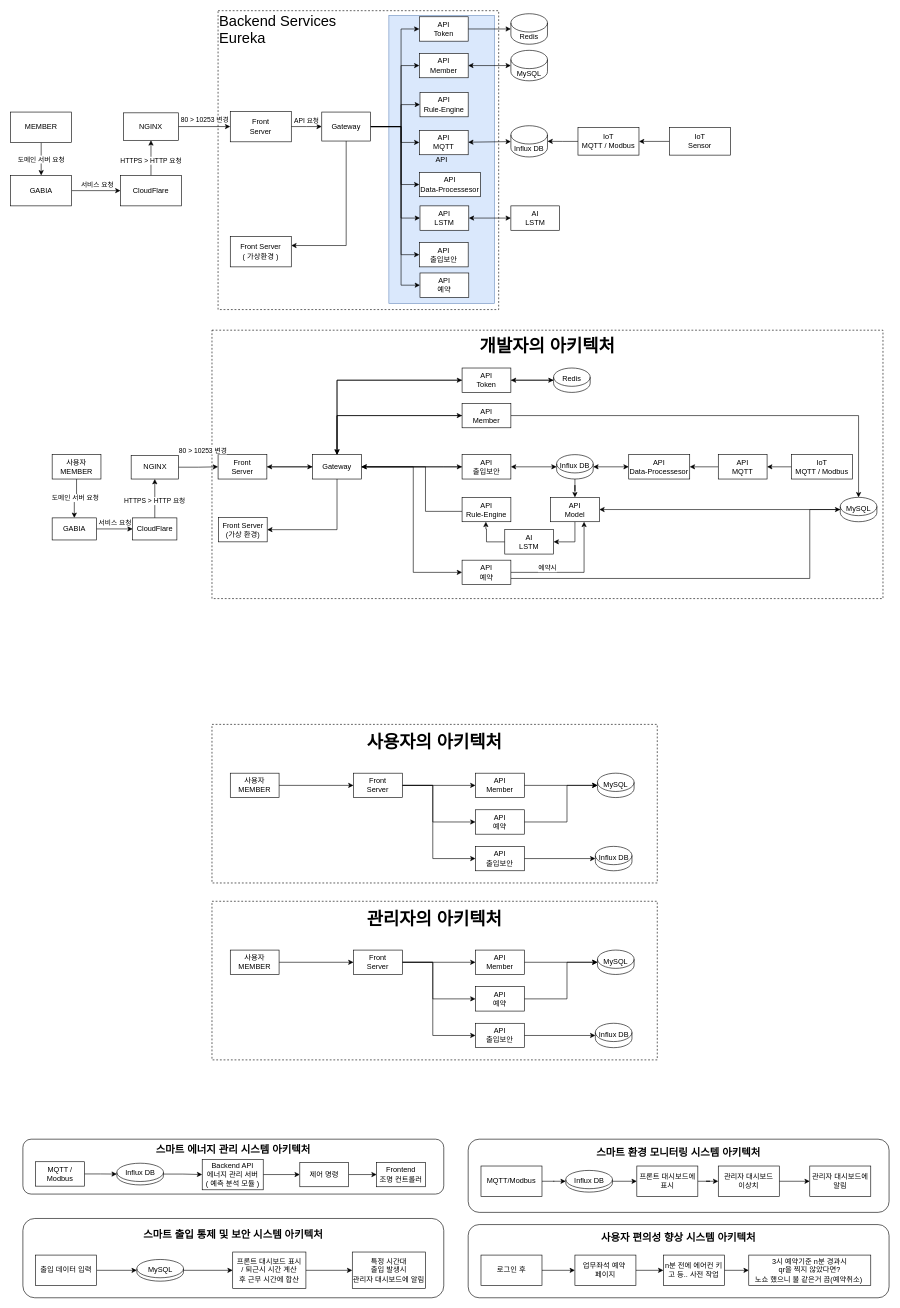
This is team2-pangyo-coffee-legends.drawio.xml from nhnacademy-aiot2-pangyo-coffee-legends/drawio, a draw.io file, before an edit. Source tidied: cells renumbered, new cells numbered last; positions are measured from the earlier drawing's top-left corner, leaving out a move shared by most shapes. Both pictures are drawn from the tidied source at 61%, with x=0, y=0 at pixel (10, 10).
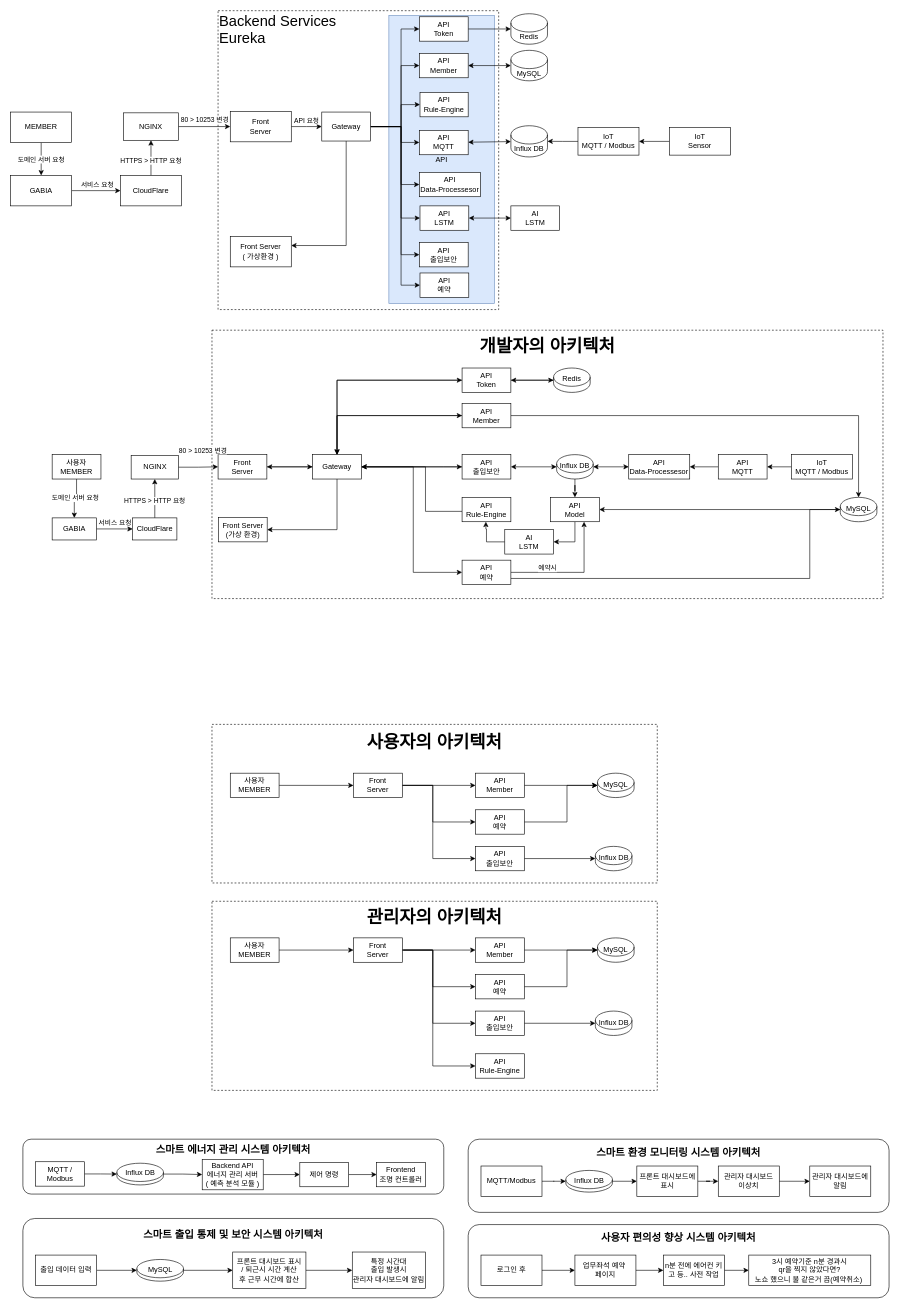
The same page after the edit.

Change to the diagram source:
```diff
@@
-    <mxCell id="155" value="&lt;div style=&quot;&quot;&gt;&lt;b&gt;&lt;font style=&quot;font-size: 29px;&quot;&gt;관리자의 아키텍처&lt;/font&gt;&lt;/b&gt;&lt;/div&gt;&lt;div style=&quot;&quot;&gt;&lt;br&gt;&lt;/div&gt;&lt;div style=&quot;&quot;&gt;&lt;br&gt;&lt;/div&gt;&lt;div style=&quot;&quot;&gt;&lt;br&gt;&lt;/div&gt;&lt;div style=&quot;&quot;&gt;&lt;br&gt;&lt;/div&gt;&lt;div style=&quot;&quot;&gt;&lt;br&gt;&lt;/div&gt;&lt;div style=&quot;&quot;&gt;&lt;br&gt;&lt;/div&gt;&lt;div style=&quot;&quot;&gt;&lt;br&gt;&lt;/div&gt;&lt;div style=&quot;&quot;&gt;&lt;br&gt;&lt;/div&gt;&lt;div style=&quot;&quot;&gt;&lt;br&gt;&lt;/div&gt;&lt;div style=&quot;&quot;&gt;&lt;br&gt;&lt;/div&gt;&lt;div style=&quot;&quot;&gt;&lt;br&gt;&lt;/div&gt;&lt;div style=&quot;&quot;&gt;&lt;br&gt;&lt;/div&gt;&lt;div style=&quot;&quot;&gt;&lt;br&gt;&lt;/div&gt;&lt;div style=&quot;&quot;&gt;&lt;br&gt;&lt;/div&gt;" style="rounded=0;whiteSpace=wrap;html=1;align=center;dashed=1;" parent="1" vertex="1">
-      <mxGeometry x="330" y="1460" width="730" height="260" as="geometry" />
+    <mxCell id="155" value="&lt;div style=&quot;&quot;&gt;&lt;b&gt;&lt;font style=&quot;font-size: 29px;&quot;&gt;관리자의 아키텍처&lt;/font&gt;&lt;/b&gt;&lt;/div&gt;&lt;div style=&quot;&quot;&gt;&lt;br&gt;&lt;/div&gt;&lt;div style=&quot;&quot;&gt;&lt;br&gt;&lt;/div&gt;&lt;div style=&quot;&quot;&gt;&lt;br&gt;&lt;/div&gt;&lt;div style=&quot;&quot;&gt;&lt;br&gt;&lt;/div&gt;&lt;div style=&quot;&quot;&gt;&lt;br&gt;&lt;/div&gt;&lt;div style=&quot;&quot;&gt;&lt;br&gt;&lt;/div&gt;&lt;div style=&quot;&quot;&gt;&lt;br&gt;&lt;/div&gt;&lt;div style=&quot;&quot;&gt;&lt;br&gt;&lt;/div&gt;&lt;div style=&quot;&quot;&gt;&lt;br&gt;&lt;/div&gt;&lt;div style=&quot;&quot;&gt;&lt;br&gt;&lt;/div&gt;&lt;div style=&quot;&quot;&gt;&lt;br&gt;&lt;/div&gt;&lt;div style=&quot;&quot;&gt;&lt;br&gt;&lt;/div&gt;&lt;div style=&quot;&quot;&gt;&lt;br&gt;&lt;/div&gt;&lt;div style=&quot;&quot;&gt;&lt;br&gt;&lt;/div&gt;&lt;div style=&quot;&quot;&gt;&lt;br&gt;&lt;/div&gt;&lt;div style=&quot;&quot;&gt;&lt;br&gt;&lt;/div&gt;&lt;div style=&quot;&quot;&gt;&lt;br&gt;&lt;/div&gt;&lt;div style=&quot;&quot;&gt;&lt;br&gt;&lt;/div&gt;" style="rounded=0;whiteSpace=wrap;html=1;align=center;dashed=1;" parent="1" vertex="1">
+      <mxGeometry x="330" y="1460" width="730" height="310" as="geometry" />
     </mxCell>
@@
     <mxCell id="157" value="사용자&lt;div&gt;MEMBER&lt;/div&gt;" style="rounded=0;whiteSpace=wrap;html=1;" parent="1" vertex="1">
-      <mxGeometry x="360" y="1540" width="80" height="40" as="geometry" />
+      <mxGeometry x="360" y="1520" width="80" height="40" as="geometry" />
     </mxCell>
@@
     <mxCell id="159" style="edgeStyle=orthogonalEdgeStyle;rounded=0;jettySize=auto;html=1;" parent="1" edge="1" source="161" target="163">
       <mxGeometry relative="1" as="geometry">
         <Array as="points">
-          <mxPoint x="692" y="1560" />
-          <mxPoint x="692" y="1620" />
+          <mxPoint x="692" y="1540" />
+          <mxPoint x="692" y="1600" />
         </Array>
       </mxGeometry>
     </mxCell>
     <mxCell id="160" style="edgeStyle=orthogonalEdgeStyle;rounded=0;jettySize=auto;html=1;" parent="1" edge="1" source="161" target="165">
       <mxGeometry relative="1" as="geometry">
         <Array as="points">
-          <mxPoint x="692" y="1560" />
-          <mxPoint x="692" y="1680" />
+          <mxPoint x="692" y="1540" />
+          <mxPoint x="692" y="1660" />
         </Array>
       </mxGeometry>
     </mxCell>
+    <mxCell id="170" style="edgeStyle=orthogonalEdgeStyle;rounded=0;jettySize=auto;html=1;" parent="1" edge="1" target="171">
+      <mxGeometry relative="1" as="geometry">
+        <mxPoint x="644" y="1540" as="sourcePoint" />
+        <Array as="points">
+          <mxPoint x="692" y="1540" />
+          <mxPoint x="692" y="1730" />
+        </Array>
+      </mxGeometry>
+    </mxCell>
     <mxCell id="161" value="Front&lt;br&gt;Server" style="rounded=0;whiteSpace=wrap;html=1;" parent="1" vertex="1">
-      <mxGeometry x="562" y="1540" width="80" height="40" as="geometry" />
+      <mxGeometry x="562" y="1520" width="80" height="40" as="geometry" />
     </mxCell>
     <mxCell id="162" style="edgeStyle=orthogonalEdgeStyle;rounded=0;jettySize=auto;html=1;" parent="1" edge="1" source="163" target="168">
       <mxGeometry relative="1" as="geometry">
         <Array as="points">
-          <mxPoint x="912" y="1620" />
-          <mxPoint x="912" y="1560" />
+          <mxPoint x="912" y="1600" />
+          <mxPoint x="912" y="1540" />
         </Array>
       </mxGeometry>
     </mxCell>
     <mxCell id="163" value="API&lt;div&gt;예약&lt;/div&gt;" style="rounded=0;whiteSpace=wrap;html=1;" parent="1" vertex="1">
-      <mxGeometry x="762" y="1600" width="80" height="40" as="geometry" />
+      <mxGeometry x="762" y="1580" width="80" height="40" as="geometry" />
     </mxCell>
@@
     <mxCell id="165" value="&lt;div&gt;API&lt;/div&gt;출입보안" style="rounded=0;whiteSpace=wrap;html=1;" parent="1" vertex="1">
-      <mxGeometry x="762" y="1660" width="80" height="40" as="geometry" />
+      <mxGeometry x="762" y="1640" width="80" height="40" as="geometry" />
     </mxCell>
@@
     <mxCell id="167" value="&lt;div&gt;API&lt;/div&gt;Member" style="rounded=0;whiteSpace=wrap;html=1;" parent="1" vertex="1">
-      <mxGeometry x="762" y="1540" width="80" height="40" as="geometry" />
+      <mxGeometry x="762" y="1520" width="80" height="40" as="geometry" />
     </mxCell>
     <mxCell id="168" value="MySQL&lt;br&gt;&lt;div&gt;&lt;span style=&quot;background-color: transparent; color: light-dark(rgb(0, 0, 0), rgb(255, 255, 255));&quot;&gt;&lt;br&gt;&lt;/span&gt;&lt;/div&gt;&lt;div&gt;&lt;span style=&quot;background-color: transparent; color: light-dark(rgb(0, 0, 0), rgb(255, 255, 255));&quot;&gt;&lt;br&gt;&lt;/span&gt;&lt;/div&gt;" style="shape=cylinder3;whiteSpace=wrap;html=1;boundedLbl=1;backgroundOutline=1;size=15;" parent="1" vertex="1">
-      <mxGeometry x="962" y="1540" width="60" height="40" as="geometry" />
+      <mxGeometry x="962" y="1520" width="60" height="40" as="geometry" />
     </mxCell>
     <mxCell id="169" value="Influx&amp;nbsp;&lt;span style=&quot;background-color: transparent; color: light-dark(rgb(0, 0, 0), rgb(255, 255, 255));&quot;&gt;DB&lt;/span&gt;&lt;div&gt;&lt;span style=&quot;background-color: transparent; color: light-dark(rgb(0, 0, 0), rgb(255, 255, 255));&quot;&gt;&lt;br&gt;&lt;/span&gt;&lt;/div&gt;&lt;div&gt;&lt;span style=&quot;background-color: transparent; color: light-dark(rgb(0, 0, 0), rgb(255, 255, 255));&quot;&gt;&lt;br&gt;&lt;/span&gt;&lt;/div&gt;" style="shape=cylinder3;whiteSpace=wrap;html=1;boundedLbl=1;backgroundOutline=1;size=15;" parent="1" vertex="1">
-      <mxGeometry x="958.5" y="1660" width="60" height="40" as="geometry" />
+      <mxGeometry x="958.5" y="1640" width="60" height="40" as="geometry" />
     </mxCell>
+    <mxCell id="171" value="&lt;div&gt;API&lt;/div&gt;Rule-Engine" style="rounded=0;whiteSpace=wrap;html=1;" parent="1" vertex="1">
+      <mxGeometry x="762" y="1710" width="80" height="40" as="geometry" />
+    </mxCell>
```
